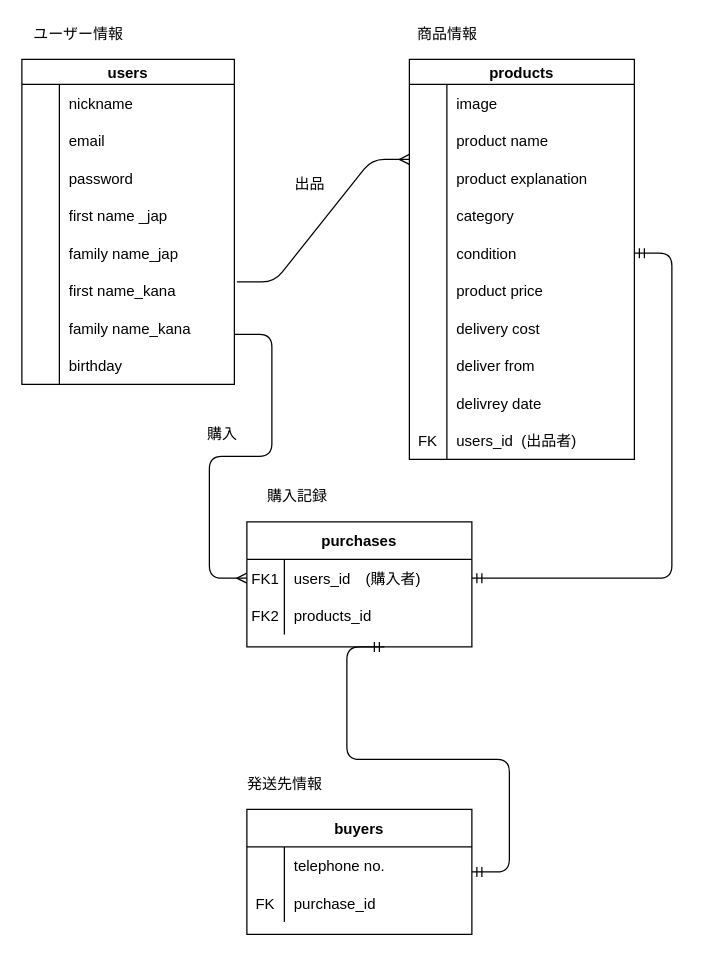
Earlier version of the draw.io diagram ER.dio (naushika-gif/furima-33835). Source tidied: cells renumbered, new cells numbered last; positions are measured from the earlier drawing's top-left corner, leaving out a move shared by most shapes. Both pictures are drawn from the tidied source at 125%, with x=0, y=0 at pixel (21, 21).
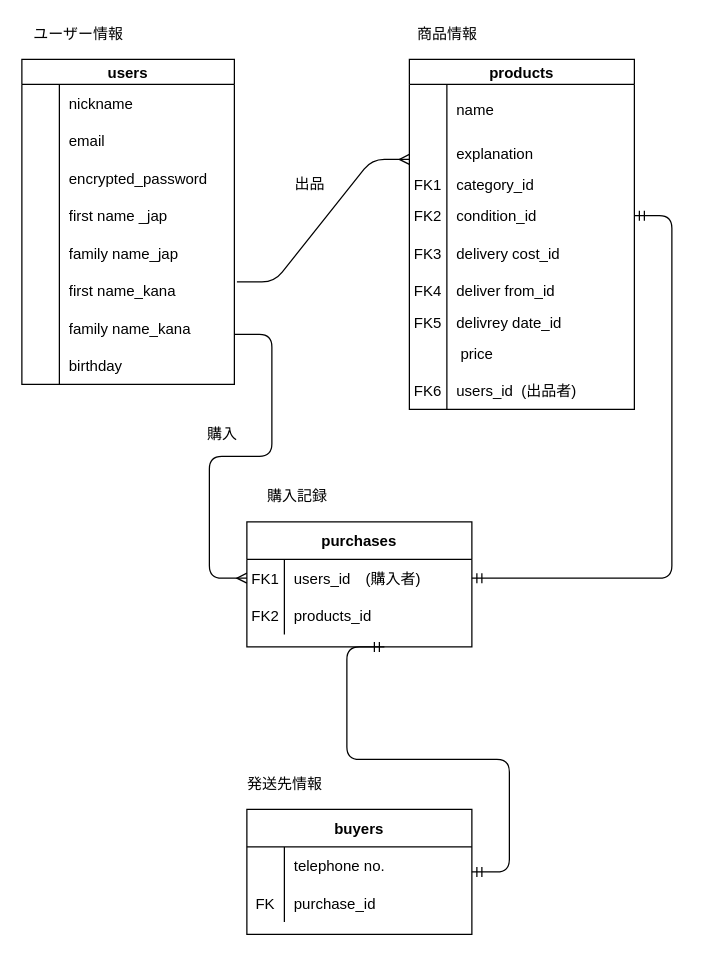
The same page after the edit.

The change refers to these unchanged cells:
```xml
<mxCell id="40" style="shape=partialRectangle;fillColor=none;top=0;left=0;bottom=0;right=0;" parent="33" vertex="1">
  <mxGeometry y="80" width="170" height="30" as="geometry" />
</mxCell>
```

What changed in the source:
```diff
@@
     <mxCell id="2" value="products" style="shape=table;startSize=20;childLayout=tableLayout;rowLines=0;fontStyle=1;align=center;" parent="1" vertex="1">
-      <mxGeometry x="310" y="30" width="180" height="320" as="geometry" />
+      <mxGeometry x="310" y="30" width="180" height="280" as="geometry" />
     </mxCell>
-    <mxCell id="3" style="shape=partialRectangle;fillColor=none;top=0;left=0;bottom=0;right=0;" parent="2" vertex="1">
-      <mxGeometry y="20" width="180" height="30" as="geometry" />
-    </mxCell>
-    <mxCell id="4" style="shape=partialRectangle;fillColor=none;top=0;left=0;bottom=0;right=0;overflow=hidden;" parent="3" vertex="1">
-      <mxGeometry width="30" height="30" as="geometry" />
-    </mxCell>
-    <mxCell id="5" value="image" style="shape=partialRectangle;fillColor=none;top=0;left=0;bottom=0;right=0;align=left;spacingLeft=6;overflow=hidden;" parent="3" vertex="1">
-      <mxGeometry x="30" width="150" height="30" as="geometry" />
-    </mxCell>
     <mxCell id="6" style="shape=partialRectangle;fillColor=none;top=0;left=0;bottom=0;right=0;" parent="2" vertex="1">
-      <mxGeometry y="50" width="180" height="30" as="geometry" />
+      <mxGeometry y="20" width="180" height="40" as="geometry" />
     </mxCell>
     <mxCell id="7" style="shape=partialRectangle;fillColor=none;top=0;left=0;bottom=0;right=0;overflow=hidden;" parent="6" vertex="1">
-      <mxGeometry width="30" height="30" as="geometry" />
+      <mxGeometry width="30" height="40" as="geometry" />
     </mxCell>
-    <mxCell id="8" value="product name" style="shape=partialRectangle;fillColor=none;top=0;left=0;bottom=0;right=0;align=left;spacingLeft=6;overflow=hidden;" parent="6" vertex="1">
-      <mxGeometry x="30" width="150" height="30" as="geometry" />
+    <mxCell id="8" value="name" style="shape=partialRectangle;fillColor=none;top=0;left=0;bottom=0;right=0;align=left;spacingLeft=6;overflow=hidden;" parent="6" vertex="1">
+      <mxGeometry x="30" width="150" height="40" as="geometry" />
     </mxCell>
     <mxCell id="9" style="shape=partialRectangle;fillColor=none;top=0;left=0;bottom=0;right=0;" parent="2" vertex="1">
-      <mxGeometry y="80" width="180" height="30" as="geometry" />
+      <mxGeometry y="60" width="180" height="30" as="geometry" />
     </mxCell>
@@
-    <mxCell id="11" value="product explanation" style="shape=partialRectangle;fillColor=none;top=0;left=0;bottom=0;right=0;align=left;spacingLeft=6;overflow=hidden;" parent="9" vertex="1">
+    <mxCell id="11" value="explanation" style="shape=partialRectangle;fillColor=none;top=0;left=0;bottom=0;right=0;align=left;spacingLeft=6;overflow=hidden;" parent="9" vertex="1">
       <mxGeometry x="30" width="150" height="30" as="geometry" />
     </mxCell>
     <mxCell id="12" style="shape=partialRectangle;fillColor=none;top=0;left=0;bottom=0;right=0;" parent="2" vertex="1">
-      <mxGeometry y="110" width="180" height="30" as="geometry" />
+      <mxGeometry y="90" width="180" height="20" as="geometry" />
     </mxCell>
-    <mxCell id="13" style="shape=partialRectangle;fillColor=none;top=0;left=0;bottom=0;right=0;overflow=hidden;" parent="12" vertex="1">
-      <mxGeometry width="30" height="30" as="geometry" />
+    <mxCell id="13" value="FK1" style="shape=partialRectangle;fillColor=none;top=0;left=0;bottom=0;right=0;overflow=hidden;" parent="12" vertex="1">
+      <mxGeometry width="30" height="20" as="geometry" />
     </mxCell>
-    <mxCell id="14" value="category" style="shape=partialRectangle;fillColor=none;top=0;left=0;bottom=0;right=0;align=left;spacingLeft=6;overflow=hidden;" parent="12" vertex="1">
-      <mxGeometry x="30" width="150" height="30" as="geometry" />
+    <mxCell id="14" value="category_id" style="shape=partialRectangle;fillColor=none;top=0;left=0;bottom=0;right=0;align=left;spacingLeft=6;overflow=hidden;" parent="12" vertex="1">
+      <mxGeometry x="30" width="150" height="20" as="geometry" />
     </mxCell>
     <mxCell id="15" style="shape=partialRectangle;fillColor=none;top=0;left=0;bottom=0;right=0;points=[[0,0.5],[1,0.5]];portConstraint=eastwest;" parent="2" vertex="1">
-      <mxGeometry y="140" width="180" height="30" as="geometry" />
+      <mxGeometry y="110" width="180" height="30" as="geometry" />
     </mxCell>
-    <mxCell id="16" style="shape=partialRectangle;fillColor=none;top=0;left=0;bottom=0;right=0;overflow=hidden;" parent="15" vertex="1">
+    <mxCell id="16" value="FK2" style="shape=partialRectangle;fillColor=none;top=0;left=0;bottom=0;right=0;overflow=hidden;" parent="15" vertex="1">
       <mxGeometry width="30" height="30" as="geometry" />
     </mxCell>
-    <mxCell id="17" value="condition" style="shape=partialRectangle;fillColor=none;top=0;left=0;bottom=0;right=0;align=left;spacingLeft=6;overflow=hidden;" parent="15" vertex="1">
+    <mxCell id="17" value="condition_id" style="shape=partialRectangle;fillColor=none;top=0;left=0;bottom=0;right=0;align=left;spacingLeft=6;overflow=hidden;" parent="15" vertex="1">
       <mxGeometry x="30" width="150" height="30" as="geometry" />
     </mxCell>
     <mxCell id="18" style="shape=partialRectangle;fillColor=none;top=0;left=0;bottom=0;right=0;" parent="2" vertex="1">
-      <mxGeometry y="170" width="180" height="30" as="geometry" />
+      <mxGeometry y="140" width="180" height="30" as="geometry" />
     </mxCell>
-    <mxCell id="19" style="shape=partialRectangle;fillColor=none;top=0;left=0;bottom=0;right=0;overflow=hidden;" parent="18" vertex="1">
+    <mxCell id="19" value="FK3" style="shape=partialRectangle;fillColor=none;top=0;left=0;bottom=0;right=0;overflow=hidden;" parent="18" vertex="1">
       <mxGeometry width="30" height="30" as="geometry" />
     </mxCell>
-    <mxCell id="20" value="product price" style="shape=partialRectangle;fillColor=none;top=0;left=0;bottom=0;right=0;align=left;spacingLeft=6;overflow=hidden;" parent="18" vertex="1">
+    <mxCell id="20" value="delivery cost_id" style="shape=partialRectangle;fillColor=none;top=0;left=0;bottom=0;right=0;align=left;spacingLeft=6;overflow=hidden;" parent="18" vertex="1">
       <mxGeometry x="30" width="150" height="30" as="geometry" />
     </mxCell>
     <mxCell id="21" style="shape=partialRectangle;fillColor=none;top=0;left=0;bottom=0;right=0;" parent="2" vertex="1">
-      <mxGeometry y="200" width="180" height="30" as="geometry" />
+      <mxGeometry y="170" width="180" height="30" as="geometry" />
     </mxCell>
-    <mxCell id="22" style="shape=partialRectangle;fillColor=none;top=0;left=0;bottom=0;right=0;overflow=hidden;" parent="21" vertex="1">
+    <mxCell id="22" value="FK4" style="shape=partialRectangle;fillColor=none;top=0;left=0;bottom=0;right=0;overflow=hidden;" parent="21" vertex="1">
       <mxGeometry width="30" height="30" as="geometry" />
     </mxCell>
-    <mxCell id="23" value="delivery cost" style="shape=partialRectangle;fillColor=none;top=0;left=0;bottom=0;right=0;align=left;spacingLeft=6;overflow=hidden;" parent="21" vertex="1">
+    <mxCell id="23" value="deliver from_id" style="shape=partialRectangle;fillColor=none;top=0;left=0;bottom=0;right=0;align=left;spacingLeft=6;overflow=hidden;" parent="21" vertex="1">
       <mxGeometry x="30" width="150" height="30" as="geometry" />
     </mxCell>
     <mxCell id="24" style="shape=partialRectangle;fillColor=none;top=0;left=0;bottom=0;right=0;" parent="2" vertex="1">
-      <mxGeometry y="230" width="180" height="30" as="geometry" />
+      <mxGeometry y="200" width="180" height="20" as="geometry" />
     </mxCell>
-    <mxCell id="25" style="shape=partialRectangle;fillColor=none;top=0;left=0;bottom=0;right=0;overflow=hidden;" parent="24" vertex="1">
-      <mxGeometry width="30" height="30" as="geometry" />
+    <mxCell id="25" value="FK5" style="shape=partialRectangle;fillColor=none;top=0;left=0;bottom=0;right=0;overflow=hidden;" parent="24" vertex="1">
+      <mxGeometry width="30" height="20" as="geometry" />
     </mxCell>
-    <mxCell id="26" value="deliver from" style="shape=partialRectangle;fillColor=none;top=0;left=0;bottom=0;right=0;align=left;spacingLeft=6;overflow=hidden;" parent="24" vertex="1">
-      <mxGeometry x="30" width="150" height="30" as="geometry" />
+    <mxCell id="26" value="delivrey date_id" style="shape=partialRectangle;fillColor=none;top=0;left=0;bottom=0;right=0;align=left;spacingLeft=6;overflow=hidden;" parent="24" vertex="1">
+      <mxGeometry x="30" width="150" height="20" as="geometry" />
     </mxCell>
     <mxCell id="27" style="shape=partialRectangle;fillColor=none;top=0;left=0;bottom=0;right=0;" parent="2" vertex="1">
-      <mxGeometry y="260" width="180" height="30" as="geometry" />
+      <mxGeometry y="220" width="180" height="30" as="geometry" />
     </mxCell>
@@
-    <mxCell id="29" value="delivrey date" style="shape=partialRectangle;fillColor=none;top=0;left=0;bottom=0;right=0;align=left;spacingLeft=6;overflow=hidden;" parent="27" vertex="1">
+    <mxCell id="29" value=" price" style="shape=partialRectangle;fillColor=none;top=0;left=0;bottom=0;right=0;align=left;spacingLeft=6;overflow=hidden;" parent="27" vertex="1">
       <mxGeometry x="30" width="150" height="30" as="geometry" />
     </mxCell>
     <mxCell id="30" style="shape=partialRectangle;fillColor=none;top=0;left=0;bottom=0;right=0;" parent="2" vertex="1">
-      <mxGeometry y="290" width="180" height="30" as="geometry" />
+      <mxGeometry y="250" width="180" height="30" as="geometry" />
     </mxCell>
-    <mxCell id="31" value="FK" style="shape=partialRectangle;fillColor=none;top=0;left=0;bottom=0;right=0;overflow=hidden;" parent="30" vertex="1">
+    <mxCell id="31" value="FK6" style="shape=partialRectangle;fillColor=none;top=0;left=0;bottom=0;right=0;overflow=hidden;" parent="30" vertex="1">
       <mxGeometry width="30" height="30" as="geometry" />
     </mxCell>
@@
-    <mxCell id="42" value="password" style="shape=partialRectangle;fillColor=none;top=0;left=0;bottom=0;right=0;align=left;spacingLeft=6;overflow=hidden;" parent="40" vertex="1">
+    <mxCell id="42" value="encrypted_password" style="shape=partialRectangle;fillColor=none;top=0;left=0;bottom=0;right=0;align=left;spacingLeft=6;overflow=hidden;" parent="40" vertex="1">
       <mxGeometry x="30" width="140" height="30" as="geometry" />
     </mxCell>
```
